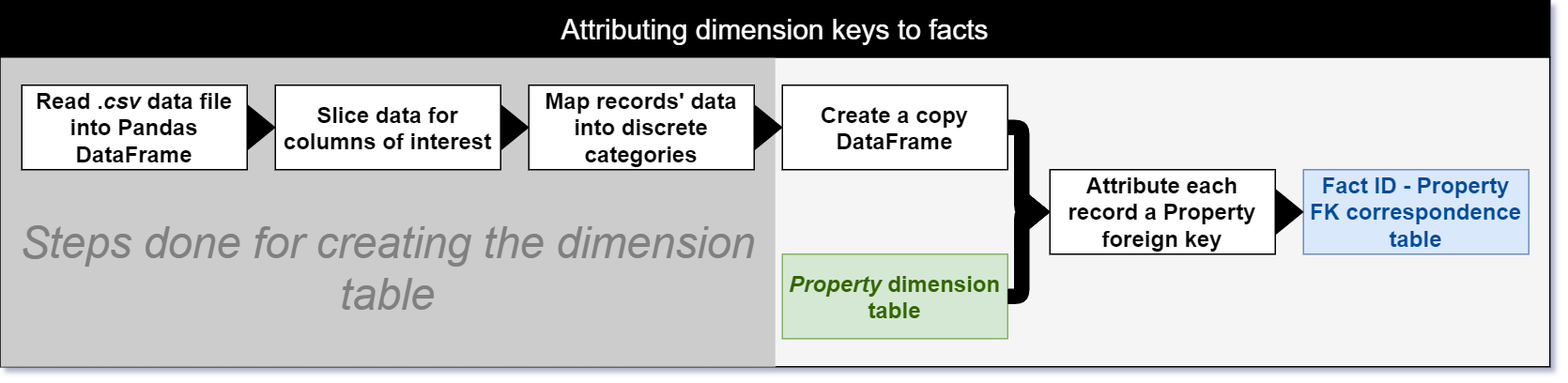
The draw.io diagram Notebooks/PropertyETL2.png in beatriz-lima/TPD-Airbnb-Data, before a commit. Source tidied: cells renumbered, new cells last; positions are measured from the earlier drawing's top-left corner, leaving out a move shared by most shapes. Its diagram source:
```xml
<mxGraphModel>
  <root>
    <mxCell id="0" />
    <mxCell id="1" parent="0" />
    <mxCell id="2" style="rounded=0;whiteSpace=wrap;html=1;labelBackgroundColor=none;fillColor=#F5F5F5;fontSize=20;fontColor=#FFFFFF;" parent="1" vertex="1">
      <mxGeometry y="40" width="1100" height="220" as="geometry" />
    </mxCell>
    <mxCell id="3" value="&lt;font color=&quot;#808080&quot;&gt;&lt;span style=&quot;font-size: 31px&quot;&gt;&lt;i&gt;Steps done for creating the dimension table&lt;/i&gt;&lt;/span&gt;&lt;/font&gt;" style="rounded=0;whiteSpace=wrap;html=1;labelBackgroundColor=none;fillColor=#CCCCCC;fontSize=16;fontColor=#336600;strokeColor=none;verticalAlign=bottom;spacingBottom=30;" parent="1" vertex="1">
      <mxGeometry y="40" width="550" height="220" as="geometry" />
    </mxCell>
    <mxCell id="4" value="Attributing dimension keys to facts" style="rounded=0;whiteSpace=wrap;html=1;fontSize=20;fontStyle=0;labelBackgroundColor=none;fontColor=#FFFFFF;labelBorderColor=none;fillColor=#000000;" parent="1" vertex="1">
      <mxGeometry width="1100" height="40" as="geometry" />
    </mxCell>
    <mxCell id="5" value="Read .&lt;i style=&quot;font-size: 16px;&quot;&gt;csv &lt;/i&gt;data file into Pandas DataFrame" style="rounded=0;whiteSpace=wrap;html=1;labelBackgroundColor=none;fillColor=#FFFFFF;fontSize=16;fontColor=#000000;fontStyle=1;" parent="1" vertex="1">
      <mxGeometry x="15" y="60" width="160" height="60" as="geometry" />
    </mxCell>
    <mxCell id="6" value="Slice data for columns of interest" style="rounded=0;whiteSpace=wrap;html=1;labelBackgroundColor=none;fillColor=#FFFFFF;fontSize=16;fontColor=#000000;fontStyle=1;" parent="1" vertex="1">
      <mxGeometry x="195" y="60" width="160" height="60" as="geometry" />
    </mxCell>
    <mxCell id="7" style="shape=flexArrow;endArrow=classic;html=1;fontSize=15;fontColor=#000000;exitX=1;exitY=0.5;exitDx=0;exitDy=0;fillColor=#000000;" parent="1" edge="1" source="5" target="6">
      <mxGeometry relative="1" as="geometry" />
    </mxCell>
    <mxCell id="8" value="Map records' data into discrete categories" style="rounded=0;whiteSpace=wrap;html=1;labelBackgroundColor=none;fillColor=#FFFFFF;fontSize=16;fontColor=#000000;fontStyle=1;" parent="1" vertex="1">
      <mxGeometry x="375" y="60" width="160" height="60" as="geometry" />
    </mxCell>
    <mxCell id="9" style="shape=flexArrow;endArrow=classic;html=1;fillColor=#000000;fontSize=16;fontColor=#000000;exitX=1;exitY=0.5;exitDx=0;exitDy=0;entryX=0;entryY=0.5;entryDx=0;entryDy=0;" parent="1" edge="1" source="6" target="8">
      <mxGeometry relative="1" as="geometry" />
    </mxCell>
    <mxCell id="10" value="Create a copy DataFrame" style="rounded=0;whiteSpace=wrap;html=1;labelBackgroundColor=none;fillColor=#FFFFFF;fontSize=16;fontColor=#000000;fontStyle=1;" parent="1" vertex="1">
      <mxGeometry x="555" y="60" width="160" height="60" as="geometry" />
    </mxCell>
    <mxCell id="11" style="shape=flexArrow;endArrow=classic;html=1;fillColor=#000000;fontSize=16;fontColor=#000000;entryX=0;entryY=0.5;entryDx=0;entryDy=0;exitX=1;exitY=0.5;exitDx=0;exitDy=0;" parent="1" edge="1" source="8" target="10">
      <mxGeometry relative="1" as="geometry" />
    </mxCell>
    <mxCell id="12" value="Attribute each record a Property foreign key" style="rounded=0;whiteSpace=wrap;html=1;labelBackgroundColor=none;fillColor=#FFFFFF;fontSize=16;fontColor=#000000;fontStyle=1;" parent="1" vertex="1">
      <mxGeometry x="745" y="120" width="160" height="60" as="geometry" />
    </mxCell>
    <mxCell id="13" style="shape=flexArrow;endArrow=classic;html=1;fillColor=#000000;fontSize=16;fontColor=#000000;exitX=1;exitY=0.5;exitDx=0;exitDy=0;entryX=0;entryY=0.5;entryDx=0;entryDy=0;" parent="1" edge="1" source="10" target="12">
      <mxGeometry relative="1" as="geometry">
        <Array as="points">
          <mxPoint x="725" y="90" />
          <mxPoint x="725" y="150" />
        </Array>
      </mxGeometry>
    </mxCell>
    <mxCell id="14" value="&lt;i&gt;Property &lt;/i&gt;dimension table" style="rounded=0;whiteSpace=wrap;html=1;labelBackgroundColor=none;fillColor=#d5e8d4;fontSize=16;fontStyle=1;strokeColor=#82b366;fontColor=#336600;" parent="1" vertex="1">
      <mxGeometry x="555" y="180" width="160" height="60" as="geometry" />
    </mxCell>
    <mxCell id="15" style="shape=flexArrow;endArrow=classic;html=1;fillColor=#000000;fontSize=16;fontColor=#000000;exitX=1;exitY=0.5;exitDx=0;exitDy=0;" parent="1" edge="1" source="14">
      <mxGeometry relative="1" as="geometry">
        <mxPoint x="745" y="150" as="targetPoint" />
        <Array as="points">
          <mxPoint x="725" y="210" />
          <mxPoint x="725" y="150" />
        </Array>
      </mxGeometry>
    </mxCell>
    <mxCell id="16" value="Fact ID - Property FK correspondence table" style="rounded=0;whiteSpace=wrap;html=1;labelBackgroundColor=none;fillColor=#dae8fc;fontSize=16;fontStyle=1;strokeColor=#6c8ebf;fontColor=#004C99;" parent="1" vertex="1">
      <mxGeometry x="925" y="120" width="160" height="60" as="geometry" />
    </mxCell>
    <mxCell id="17" style="shape=flexArrow;endArrow=classic;html=1;fillColor=#000000;fontSize=16;fontColor=#000000;entryX=0;entryY=0.5;entryDx=0;entryDy=0;exitX=1;exitY=0.5;exitDx=0;exitDy=0;" parent="1" edge="1" source="12" target="16">
      <mxGeometry relative="1" as="geometry" />
    </mxCell>
  </root>
</mxGraphModel>
```
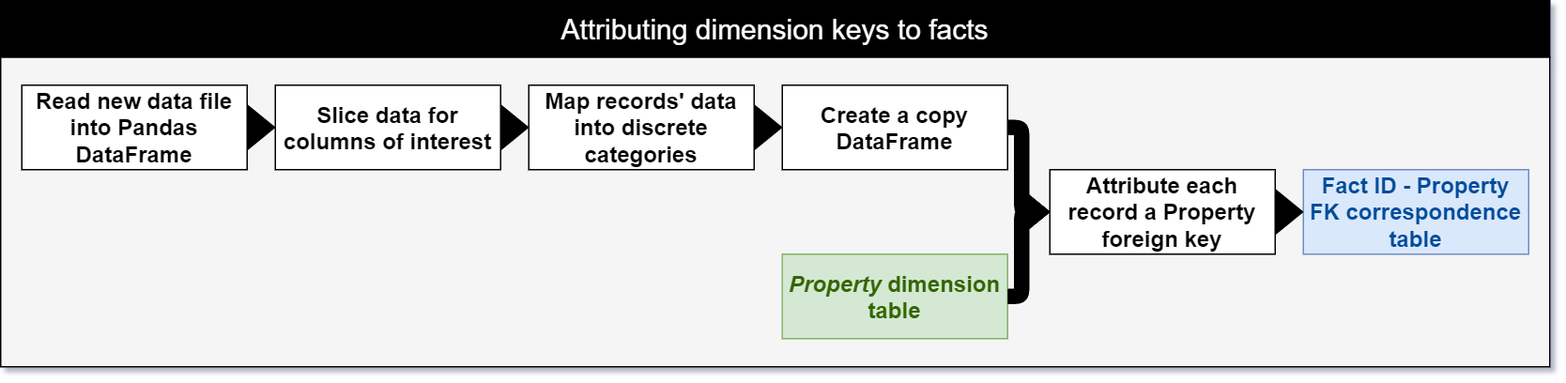
The same file after the commit.

The edit, as a diff of the source:
```diff
@@ -5,13 +5,10 @@
     <mxCell id="2" style="rounded=0;whiteSpace=wrap;html=1;labelBackgroundColor=none;fillColor=#F5F5F5;fontSize=20;fontColor=#FFFFFF;" parent="1" vertex="1">
       <mxGeometry y="40" width="1100" height="220" as="geometry" />
     </mxCell>
-    <mxCell id="3" value="&lt;font color=&quot;#808080&quot;&gt;&lt;span style=&quot;font-size: 31px&quot;&gt;&lt;i&gt;Steps done for creating the dimension table&lt;/i&gt;&lt;/span&gt;&lt;/font&gt;" style="rounded=0;whiteSpace=wrap;html=1;labelBackgroundColor=none;fillColor=#CCCCCC;fontSize=16;fontColor=#336600;strokeColor=none;verticalAlign=bottom;spacingBottom=30;" parent="1" vertex="1">
-      <mxGeometry y="40" width="550" height="220" as="geometry" />
-    </mxCell>
     <mxCell id="4" value="Attributing dimension keys to facts" style="rounded=0;whiteSpace=wrap;html=1;fontSize=20;fontStyle=0;labelBackgroundColor=none;fontColor=#FFFFFF;labelBorderColor=none;fillColor=#000000;" parent="1" vertex="1">
       <mxGeometry width="1100" height="40" as="geometry" />
     </mxCell>
-    <mxCell id="5" value="Read .&lt;i style=&quot;font-size: 16px;&quot;&gt;csv &lt;/i&gt;data file into Pandas DataFrame" style="rounded=0;whiteSpace=wrap;html=1;labelBackgroundColor=none;fillColor=#FFFFFF;fontSize=16;fontColor=#000000;fontStyle=1;" parent="1" vertex="1">
+    <mxCell id="5" value="Read new data file into Pandas DataFrame" style="rounded=0;whiteSpace=wrap;html=1;labelBackgroundColor=none;fillColor=#FFFFFF;fontSize=16;fontColor=#000000;fontStyle=1;" parent="1" vertex="1">
       <mxGeometry x="15" y="60" width="160" height="60" as="geometry" />
     </mxCell>
     <mxCell id="6" value="Slice data for columns of interest" style="rounded=0;whiteSpace=wrap;html=1;labelBackgroundColor=none;fillColor=#FFFFFF;fontSize=16;fontColor=#000000;fontStyle=1;" parent="1" vertex="1">
```
